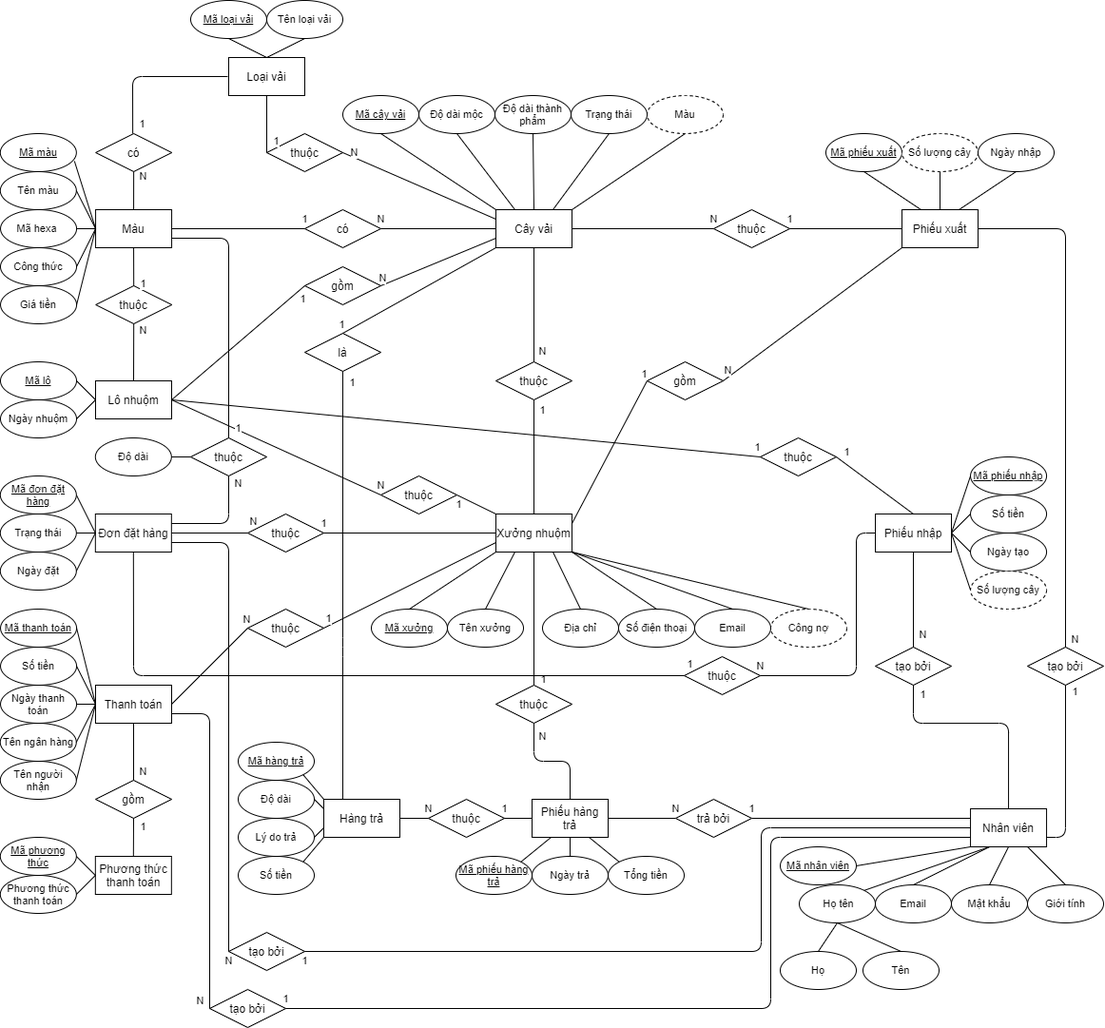
Before: Image/General/ERD.png, a diagram exported from draw.io (trungtinh961/Report_LVTN). Source tidied: cells renumbered, new cells last; positions are measured from the earlier drawing's top-left corner, leaving out a move shared by most shapes.
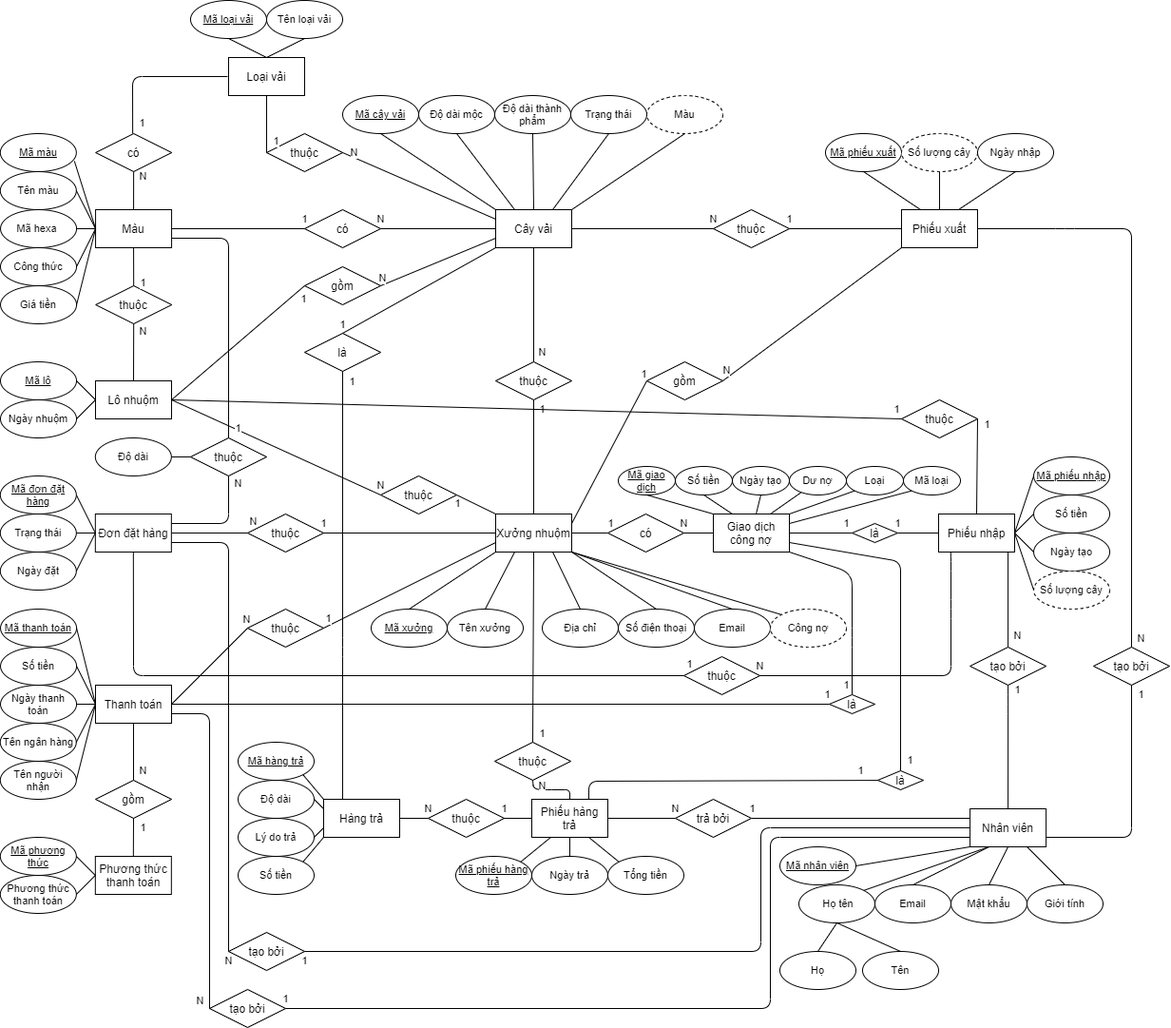
After the change.

Diff of the diagram source:
```diff
@@ -119,6 +119,14 @@
     <mxCell id="40" style="endArrow=none;html=1;fontSize=11;exitX=0.75;exitY=0;exitDx=0;exitDy=0;entryX=0.5;entryY=1;entryDx=0;entryDy=0;" parent="1" edge="1" source="34" target="37">
       <mxGeometry relative="1" as="geometry" />
     </mxCell>
+    <mxCell id="188" value="1" style="rounded=0;jettySize=auto;html=1;entryX=0;entryY=0.5;entryDx=0;entryDy=0;endArrow=none;endFill=0;" parent="1" edge="1" source="41" target="198">
+      <mxGeometry x="1" y="10" relative="1" as="geometry">
+        <mxPoint x="3" as="offset" />
+      </mxGeometry>
+    </mxCell>
+    <mxCell id="189" style="edgeStyle=none;rounded=0;jettySize=auto;html=1;exitX=1;exitY=1;exitDx=0;exitDy=0;entryX=0;entryY=0;entryDx=0;entryDy=0;endArrow=none;endFill=0;" parent="1" edge="1" source="41" target="102">
+      <mxGeometry relative="1" as="geometry" />
+    </mxCell>
     <mxCell id="41" value="Xưởng nhuộm" style="rounded=0;whiteSpace=wrap;html=1;" parent="1" vertex="1">
       <mxGeometry x="521" y="540" width="80" height="40" as="geometry" />
     </mxCell>
@@ -138,13 +146,13 @@
       <mxGeometry relative="1" as="geometry" />
     </mxCell>
     <mxCell id="47" value="Phiếu nhập" style="rounded=0;whiteSpace=wrap;html=1;" parent="1" vertex="1">
-      <mxGeometry x="920" y="540" width="80" height="40" as="geometry" />
+      <mxGeometry x="987" y="540" width="80" height="40" as="geometry" />
     </mxCell>
     <mxCell id="48" value="&lt;u&gt;Mã phiếu nhập&lt;/u&gt;" style="ellipse;whiteSpace=wrap;html=1;fontSize=11;" parent="1" vertex="1">
-      <mxGeometry x="1020.1" y="480" width="80" height="40" as="geometry" />
+      <mxGeometry x="1087.1" y="480" width="80" height="40" as="geometry" />
     </mxCell>
     <mxCell id="49" value="Số tiền" style="ellipse;whiteSpace=wrap;html=1;fontSize=11;" parent="1" vertex="1">
-      <mxGeometry x="1020.1" y="520" width="80" height="40" as="geometry" />
+      <mxGeometry x="1087.1" y="520" width="80" height="40" as="geometry" />
     </mxCell>
     <mxCell id="50" style="endArrow=none;html=1;fontSize=11;entryX=0;entryY=0.5;entryDx=0;entryDy=0;exitX=1;exitY=0.5;exitDx=0;exitDy=0;" parent="1" edge="1" source="47" target="48">
       <mxGeometry relative="1" as="geometry" />
@@ -241,19 +249,21 @@
       </mxGeometry>
     </mxCell>
     <mxCell id="80" value="tạo bởi" style="rhombus;whiteSpace=wrap;html=1;" parent="1" vertex="1">
-      <mxGeometry x="920" y="680" width="80" height="40" as="geometry" />
+      <mxGeometry x="1020.1" y="680" width="80" height="40" as="geometry" />
     </mxCell>
     <mxCell id="81" value="1" style="endArrow=none;html=1;fontSize=11;edgeStyle=orthogonalEdgeStyle;exitX=0.5;exitY=1;exitDx=0;exitDy=0;entryX=0.5;entryY=0;entryDx=0;entryDy=0;" parent="1" edge="1" source="80" target="2">
       <mxGeometry x="-0.91" y="10" relative="1" as="geometry">
         <Array as="points">
-          <mxPoint x="960" y="760" />
-          <mxPoint x="1060" y="760" />
+          <mxPoint x="1060" y="740" />
+          <mxPoint x="1060" y="740" />
         </Array>
         <mxPoint y="-1" as="offset" />
       </mxGeometry>
     </mxCell>
-    <mxCell id="82" value="N" style="endArrow=none;html=1;fontSize=11;exitX=0.5;exitY=1;exitDx=0;exitDy=0;entryX=0.5;entryY=0;entryDx=0;entryDy=0;" parent="1" edge="1" source="47" target="80">
-      <mxGeometry x="0.75" y="10" relative="1" as="geometry" />
+    <mxCell id="82" value="N" style="endArrow=none;html=1;fontSize=11;exitX=0.5;exitY=1;exitDx=0;exitDy=0;entryX=0.5;entryY=0;entryDx=0;entryDy=0;" parent="1" edge="1" target="80">
+      <mxGeometry x="0.75" y="10" relative="1" as="geometry">
+        <mxPoint x="1060.1" y="580" as="sourcePoint" />
+      </mxGeometry>
     </mxCell>
     <mxCell id="83" value="Công thức" style="ellipse;whiteSpace=wrap;html=1;fontSize=11;" parent="1" vertex="1">
       <mxGeometry y="260" width="80" height="40" as="geometry" />
@@ -319,20 +329,14 @@
     <mxCell id="101" value="1" style="endArrow=none;html=1;fontSize=11;exitX=0.5;exitY=1;exitDx=0;exitDy=0;entryX=0.5;entryY=0;entryDx=0;entryDy=0;" parent="1" edge="1" source="17" target="99">
       <mxGeometry x="0.86" y="10" relative="1" as="geometry" />
     </mxCell>
-    <mxCell id="102" value="Công nợ" style="ellipse;whiteSpace=wrap;html=1;fontSize=11;dashed=1;" parent="1" vertex="1">
-      <mxGeometry x="810" y="640" width="80" height="40" as="geometry" />
-    </mxCell>
-    <mxCell id="103" style="endArrow=none;html=1;fontSize=11;exitX=0.5;exitY=0;exitDx=0;exitDy=0;entryX=1;entryY=1;entryDx=0;entryDy=0;" parent="1" edge="1" source="102" target="41">
-      <mxGeometry relative="1" as="geometry" />
-    </mxCell>
     <mxCell id="104" value="Ngày tạo" style="ellipse;whiteSpace=wrap;html=1;fontSize=11;" parent="1" vertex="1">
-      <mxGeometry x="1020.1" y="560" width="80" height="40" as="geometry" />
+      <mxGeometry x="1087.1" y="560" width="80" height="40" as="geometry" />
     </mxCell>
     <mxCell id="105" style="endArrow=none;html=1;fontSize=11;entryX=0;entryY=0.5;entryDx=0;entryDy=0;exitX=1;exitY=0.5;exitDx=0;exitDy=0;" parent="1" edge="1" source="47" target="104">
       <mxGeometry relative="1" as="geometry" />
     </mxCell>
     <mxCell id="106" value="thuộc" style="rhombus;whiteSpace=wrap;html=1;" parent="1" vertex="1">
-      <mxGeometry x="799" y="460" width="80" height="40" as="geometry" />
+      <mxGeometry x="948" y="420" width="80" height="40" as="geometry" />
     </mxCell>
     <mxCell id="107" value="1" style="endArrow=none;html=1;fontSize=11;exitX=1;exitY=0.5;exitDx=0;exitDy=0;entryX=0.5;entryY=0;entryDx=0;entryDy=0;" parent="1" edge="1" source="106" target="47">
       <mxGeometry x="-0.89" y="10" relative="1" as="geometry" />
@@ -375,12 +379,12 @@
       </mxGeometry>
     </mxCell>
     <mxCell id="119" value="tạo bởi" style="rhombus;whiteSpace=wrap;html=1;" parent="1" vertex="1">
-      <mxGeometry x="1080" y="680" width="80" height="40" as="geometry" />
+      <mxGeometry x="1150" y="680" width="80" height="40" as="geometry" />
     </mxCell>
     <mxCell id="120" value="1" style="endArrow=none;html=1;fontSize=11;edgeStyle=orthogonalEdgeStyle;exitX=0.5;exitY=1;exitDx=0;exitDy=0;entryX=1;entryY=0.75;entryDx=0;entryDy=0;" parent="1" edge="1" source="119" target="2">
       <mxGeometry x="-0.91" y="10" relative="1" as="geometry">
         <Array as="points">
-          <mxPoint x="1120" y="880" />
+          <mxPoint x="1190" y="880" />
         </Array>
         <mxPoint y="-1" as="offset" />
       </mxGeometry>
@@ -389,6 +393,7 @@
       <mxGeometry x="0.97" y="10" relative="1" as="geometry">
         <Array as="points">
           <mxPoint x="1120" y="240" />
+          <mxPoint x="1190" y="240" />
         </Array>
       </mxGeometry>
     </mxCell>
@@ -420,13 +425,14 @@
       <mxGeometry relative="1" as="geometry" />
     </mxCell>
     <mxCell id="131" value="thuộc" style="rhombus;whiteSpace=wrap;html=1;" parent="1" vertex="1">
-      <mxGeometry x="521" y="720" width="80" height="40" as="geometry" />
+      <mxGeometry x="520" y="780" width="80" height="40" as="geometry" />
     </mxCell>
     <mxCell id="132" value="N" style="endArrow=none;html=1;fontSize=11;exitX=0.5;exitY=1;exitDx=0;exitDy=0;entryX=0.5;entryY=0;entryDx=0;entryDy=0;" parent="1" edge="1" source="131" target="173">
       <mxGeometry x="-0.75" y="9" relative="1" as="geometry">
         <Array as="points">
-          <mxPoint x="561" y="800" />
-          <mxPoint x="599" y="800" />
+          <mxPoint x="561" y="830" />
+          <mxPoint x="580" y="830" />
+          <mxPoint x="599" y="830" />
         </Array>
       </mxGeometry>
     </mxCell>
@@ -478,7 +484,7 @@
       </mxGeometry>
     </mxCell>
     <mxCell id="143" value="Số lượng cây" style="ellipse;whiteSpace=wrap;html=1;fontSize=11;dashed=1;" parent="1" vertex="1">
-      <mxGeometry x="1020.1" y="600" width="80" height="40" as="geometry" />
+      <mxGeometry x="1087.1" y="600" width="80" height="40" as="geometry" />
     </mxCell>
     <mxCell id="144" style="endArrow=none;html=1;fontSize=11;entryX=0;entryY=0.5;entryDx=0;entryDy=0;exitX=1;exitY=0.5;exitDx=0;exitDy=0;" parent="1" edge="1" source="47" target="143">
       <mxGeometry relative="1" as="geometry" />
@@ -626,11 +632,12 @@
     <mxCell id="185" value="thuộc" style="rhombus;whiteSpace=wrap;html=1;" parent="1" vertex="1">
       <mxGeometry x="719" y="690" width="80" height="40" as="geometry" />
     </mxCell>
-    <mxCell id="186" value="N" style="endArrow=none;html=1;fontSize=11;exitX=0;exitY=0.5;exitDx=0;exitDy=0;entryX=1;entryY=0.5;entryDx=0;entryDy=0;" parent="1" edge="1" source="47" target="185">
+    <mxCell id="186" value="N" style="endArrow=none;html=1;fontSize=11;exitX=0.16;exitY=1.002;exitDx=0;exitDy=0;entryX=1;entryY=0.5;entryDx=0;entryDy=0;exitPerimeter=0;" parent="1" edge="1" source="47" target="185">
       <mxGeometry x="1" y="-10" relative="1" as="geometry">
         <Array as="points">
-          <mxPoint x="900" y="560" />
-          <mxPoint x="900" y="710" />
+          <mxPoint x="1000" y="590" />
+          <mxPoint x="1000" y="640" />
+          <mxPoint x="1000" y="710" />
         </Array>
       </mxGeometry>
     </mxCell>
@@ -642,5 +649,94 @@
         <mxPoint x="6" y="-2" as="offset" />
       </mxGeometry>
     </mxCell>
+    <mxCell id="190" style="edgeStyle=none;rounded=0;jettySize=auto;html=1;exitX=0;exitY=0;exitDx=0;exitDy=0;entryX=0.5;entryY=1;entryDx=0;entryDy=0;endArrow=none;endFill=0;" parent="1" edge="1" source="196" target="199">
+      <mxGeometry relative="1" as="geometry" />
+    </mxCell>
+    <mxCell id="191" style="edgeStyle=none;rounded=0;jettySize=auto;html=1;exitX=0.25;exitY=0;exitDx=0;exitDy=0;entryX=0.5;entryY=1;entryDx=0;entryDy=0;endArrow=none;endFill=0;" parent="1" edge="1" source="196" target="200">
+      <mxGeometry relative="1" as="geometry" />
+    </mxCell>
+    <mxCell id="192" style="edgeStyle=none;rounded=0;jettySize=auto;html=1;entryX=0.5;entryY=1;entryDx=0;entryDy=0;endArrow=none;endFill=0;" parent="1" edge="1" source="196" target="201">
+      <mxGeometry relative="1" as="geometry" />
+    </mxCell>
+    <mxCell id="193" style="edgeStyle=none;rounded=0;jettySize=auto;html=1;exitX=1;exitY=0;exitDx=0;exitDy=0;entryX=0;entryY=1;entryDx=0;entryDy=0;endArrow=none;endFill=0;" parent="1" edge="1" source="196" target="204">
+      <mxGeometry relative="1" as="geometry" />
+    </mxCell>
+    <mxCell id="194" value="1" style="edgeStyle=none;rounded=1;jettySize=auto;html=1;entryX=0.5;entryY=0;entryDx=0;entryDy=0;endArrow=none;endFill=0;exitX=1;exitY=1;exitDx=0;exitDy=0;" parent="1" edge="1" source="196" target="213">
+      <mxGeometry x="0.9" y="-6" relative="1" as="geometry">
+        <Array as="points">
+          <mxPoint x="890" y="600" />
+          <mxPoint x="896" y="610" />
+          <mxPoint x="896" y="670" />
+        </Array>
+      </mxGeometry>
+    </mxCell>
+    <mxCell id="195" value="1" style="edgeStyle=none;rounded=1;jettySize=auto;html=1;exitX=1;exitY=0.75;exitDx=0;exitDy=0;entryX=0.5;entryY=0;entryDx=0;entryDy=0;endArrow=none;endFill=0;" parent="1" edge="1" source="196" target="211">
+      <mxGeometry x="0.94" y="10" relative="1" as="geometry">
+        <Array as="points">
+          <mxPoint x="947" y="590" />
+        </Array>
+      </mxGeometry>
+    </mxCell>
+    <mxCell id="196" value="Giao dịch công nợ" style="rounded=0;whiteSpace=wrap;html=1;" parent="1" vertex="1">
+      <mxGeometry x="750" y="540" width="80" height="40" as="geometry" />
+    </mxCell>
+    <mxCell id="197" value="N" style="edgeStyle=none;rounded=0;jettySize=auto;html=1;entryX=0;entryY=0.5;entryDx=0;entryDy=0;endArrow=none;endFill=0;" parent="1" edge="1" source="198" target="196">
+      <mxGeometry x="-1" y="10" relative="1" as="geometry" />
+    </mxCell>
+    <mxCell id="198" value="có" style="rhombus;whiteSpace=wrap;html=1;" parent="1" vertex="1">
+      <mxGeometry x="639" y="540" width="80" height="40" as="geometry" />
+    </mxCell>
+    <mxCell id="199" value="&lt;u&gt;Mã giao dịch&lt;/u&gt;" style="ellipse;whiteSpace=wrap;html=1;fontSize=11;" parent="1" vertex="1">
+      <mxGeometry x="650" y="490" width="60" height="30" as="geometry" />
+    </mxCell>
+    <mxCell id="102" value="Công nợ" style="ellipse;whiteSpace=wrap;html=1;fontSize=11;dashed=1;" parent="1" vertex="1">
+      <mxGeometry x="810" y="640" width="80" height="40" as="geometry" />
+    </mxCell>
+    <mxCell id="200" value="Số tiền" style="ellipse;whiteSpace=wrap;html=1;fontSize=11;" parent="1" vertex="1">
+      <mxGeometry x="710" y="490" width="60" height="30" as="geometry" />
+    </mxCell>
+    <mxCell id="201" value="Ngày tạo" style="ellipse;whiteSpace=wrap;html=1;fontSize=11;" parent="1" vertex="1">
+      <mxGeometry x="770" y="490" width="60" height="30" as="geometry" />
+    </mxCell>
+    <mxCell id="202" style="edgeStyle=none;rounded=0;jettySize=auto;html=1;entryX=0.75;entryY=0;entryDx=0;entryDy=0;endArrow=none;endFill=0;" parent="1" edge="1" source="203" target="196">
+      <mxGeometry relative="1" as="geometry" />
+    </mxCell>
+    <mxCell id="203" value="Dư nợ" style="ellipse;whiteSpace=wrap;html=1;fontSize=11;" parent="1" vertex="1">
+      <mxGeometry x="830" y="490" width="60" height="30" as="geometry" />
+    </mxCell>
+    <mxCell id="204" value="Loại" style="ellipse;whiteSpace=wrap;html=1;fontSize=11;" parent="1" vertex="1">
+      <mxGeometry x="890" y="490" width="60" height="30" as="geometry" />
+    </mxCell>
+    <mxCell id="205" style="edgeStyle=none;rounded=0;jettySize=auto;html=1;exitX=0;exitY=1;exitDx=0;exitDy=0;entryX=1;entryY=0.25;entryDx=0;entryDy=0;endArrow=none;endFill=0;" parent="1" edge="1" source="206" target="196">
+      <mxGeometry relative="1" as="geometry" />
+    </mxCell>
+    <mxCell id="206" value="Mã loại" style="ellipse;whiteSpace=wrap;html=1;fontSize=11;" parent="1" vertex="1">
+      <mxGeometry x="950" y="490" width="60" height="30" as="geometry" />
+    </mxCell>
+    <mxCell id="207" value="1" style="edgeStyle=none;rounded=0;jettySize=auto;html=1;entryX=0;entryY=0.5;entryDx=0;entryDy=0;endArrow=none;endFill=0;" parent="1" edge="1" source="209" target="47">
+      <mxGeometry x="-1" y="10" relative="1" as="geometry" />
+    </mxCell>
+    <mxCell id="208" value="1" style="edgeStyle=none;rounded=0;jettySize=auto;html=1;entryX=1;entryY=0.5;entryDx=0;entryDy=0;endArrow=none;endFill=0;" parent="1" edge="1" source="209" target="196">
+      <mxGeometry x="-0.82" y="-10" relative="1" as="geometry" />
+    </mxCell>
+    <mxCell id="209" value="là" style="rhombus;whiteSpace=wrap;html=1;" parent="1" vertex="1">
+      <mxGeometry x="896" y="550" width="48" height="20" as="geometry" />
+    </mxCell>
+    <mxCell id="210" value="1" style="edgeStyle=none;rounded=1;jettySize=auto;html=1;entryX=0.75;entryY=0;entryDx=0;entryDy=0;endArrow=none;endFill=0;" parent="1" edge="1" source="211" target="173">
+      <mxGeometry x="-0.89" y="-10" relative="1" as="geometry">
+        <Array as="points">
+          <mxPoint x="619" y="821" />
+        </Array>
+      </mxGeometry>
+    </mxCell>
+    <mxCell id="211" value="là" style="rhombus;whiteSpace=wrap;html=1;" parent="1" vertex="1">
+      <mxGeometry x="923" y="810" width="48" height="20" as="geometry" />
+    </mxCell>
+    <mxCell id="212" value="1" style="rounded=1;jettySize=auto;html=1;entryX=1;entryY=0.5;entryDx=0;entryDy=0;endArrow=none;endFill=0;" parent="1" edge="1" source="213" target="109">
+      <mxGeometry x="-0.99" y="-10" relative="1" as="geometry" />
+    </mxCell>
+    <mxCell id="213" value="là" style="rhombus;whiteSpace=wrap;html=1;" parent="1" vertex="1">
+      <mxGeometry x="872" y="730" width="48" height="20" as="geometry" />
+    </mxCell>
   </root>
 </mxGraphModel>
```
